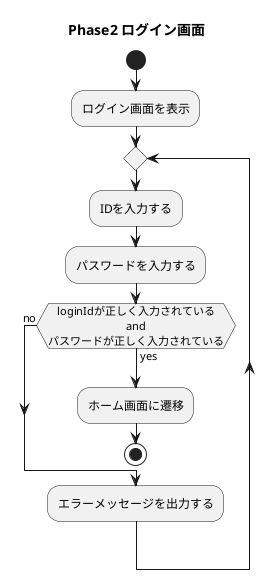
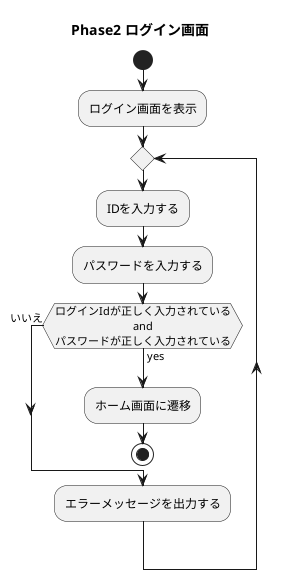
@startuml

title Phase2 ログイン画面
skinparam defaulttextalignment center

start

:ログイン画面を表示;
repeat
:IDを入力する;
:パスワードを入力する;
- while (loginIdが正しく入力されている\nand\nパスワードが正しく入力されている) is (yes)
+ while (ログインIdが正しく入力されている\nand\nパスワードが正しく入力されている) is (yes)
:ホーム画面に遷移;
stop
- endwhile (no)
+ endwhile (いいえ)
:エラーメッセージを出力する;




@enduml